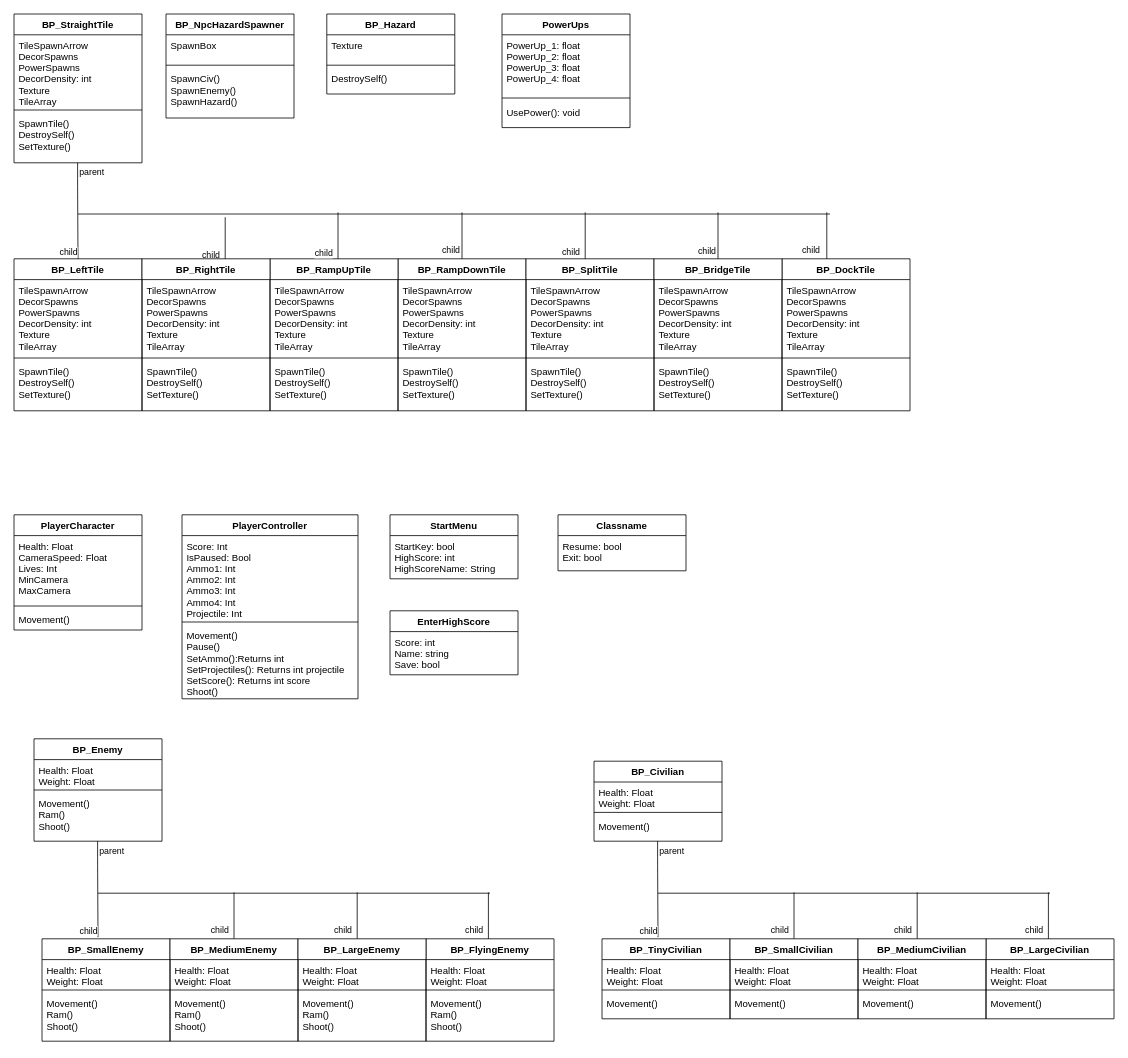
The draw.io diagram MAP UML Diagram.drawio in EanBott/MultiUserProject, before the edit. Source tidied: cells renumbered, new cells numbered last; positions are measured from the earlier drawing's top-left corner, leaving out a move shared by most shapes. Both pictures are drawn from the tidied source at 80%, with x=0, y=0 at pixel (14, 14).
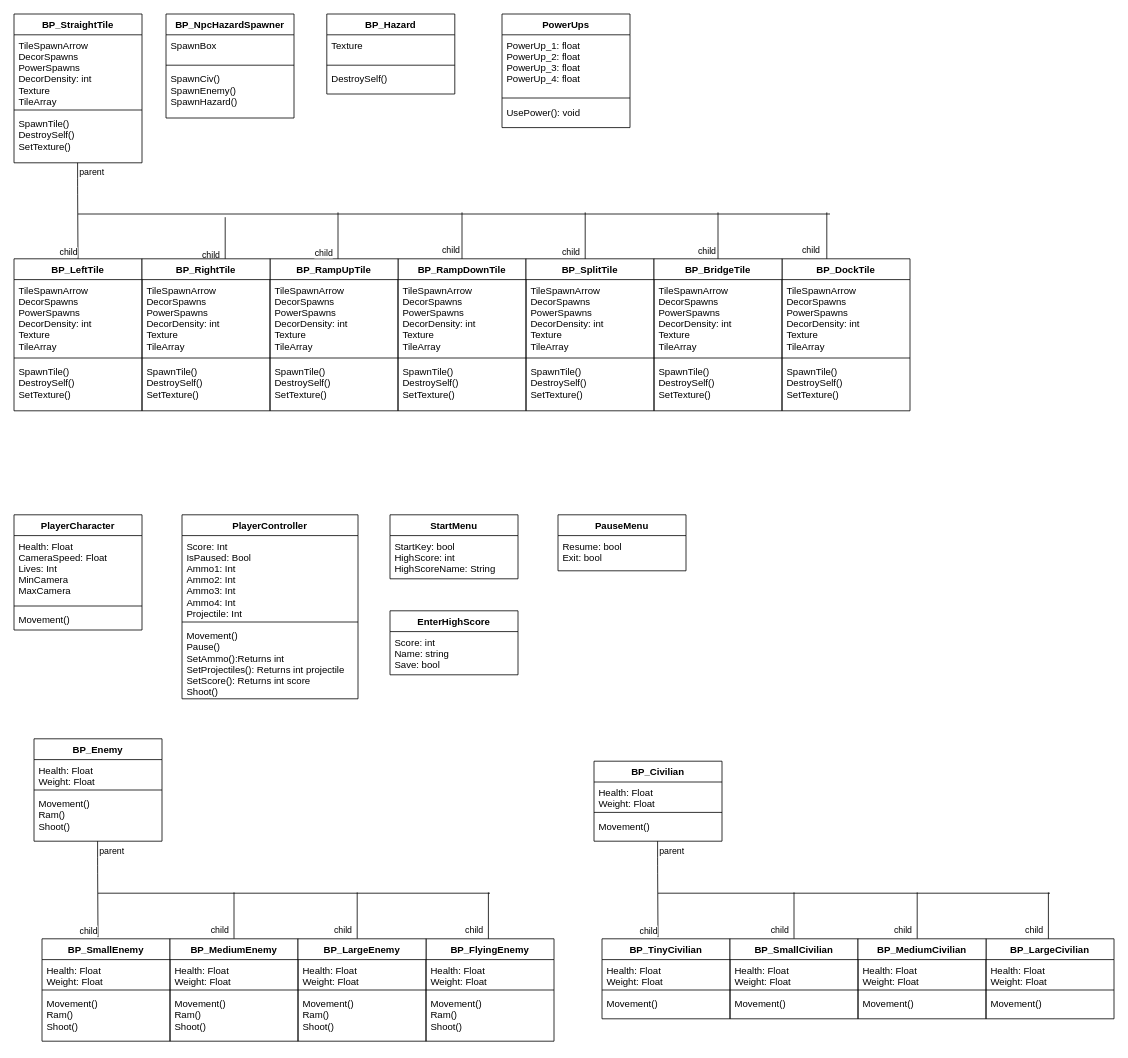
The same page after the edit.

Change to the diagram source:
```diff
@@
-    <mxCell id="70" value="Classname" style="swimlane;fontStyle=1;align=center;verticalAlign=top;horizontal=1;startSize=26;" parent="1" vertex="1">
+    <mxCell id="70" value="PauseMenu" style="swimlane;fontStyle=1;align=center;verticalAlign=top;horizontal=1;startSize=26;" parent="1" vertex="1">
       <mxGeometry x="680" y="626" width="160" height="70" as="geometry" />
     </mxCell>
```
